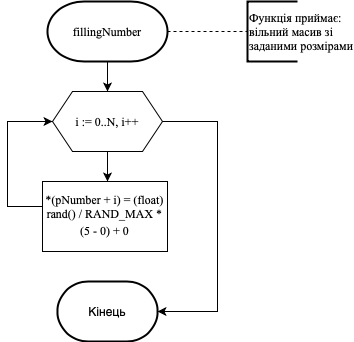
Before: lab11/doc/assets/flowchart_fillingNumber.png, a diagram exported from draw.io (KotKHPI/Programing_Radievych). Source tidied: cells renumbered, new cells last; positions are measured from the earlier drawing's top-left corner, leaving out a move shared by most shapes.
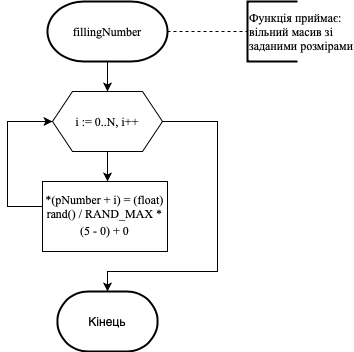
After the change.

What changed in the source:
```diff
@@ -19,11 +19,12 @@
         <mxPoint x="100" y="180" as="targetPoint" />
       </mxGeometry>
     </mxCell>
-    <mxCell id="7" style="edgeStyle=orthogonalEdgeStyle;rounded=0;jettySize=auto;html=1;entryX=1;entryY=0.5;entryDx=0;entryDy=0;entryPerimeter=0;endArrow=classic;endFill=1;exitX=1;exitY=0.5;exitDx=0;exitDy=0;" parent="1" edge="1" source="8" target="9">
+    <mxCell id="7" style="edgeStyle=orthogonalEdgeStyle;rounded=0;jettySize=auto;html=1;entryX=0.5;entryY=0;entryDx=0;entryDy=0;entryPerimeter=0;endArrow=classic;endFill=1;exitX=1;exitY=0.5;exitDx=0;exitDy=0;" parent="1" edge="1" source="8" target="9">
       <mxGeometry relative="1" as="geometry">
         <Array as="points">
           <mxPoint x="210" y="120" />
-          <mxPoint x="210" y="310" />
+          <mxPoint x="210" y="270" />
+          <mxPoint x="100" y="270" />
         </Array>
       </mxGeometry>
     </mxCell>
@@ -31,7 +32,7 @@
       <mxGeometry x="45" y="90" width="110" height="60" as="geometry" />
     </mxCell>
     <mxCell id="9" value="Кінець" style="strokeWidth=2;html=1;shape=mxgraph.flowchart.terminator;whiteSpace=wrap;" parent="1" vertex="1">
-      <mxGeometry x="50" y="280" width="100" height="60" as="geometry" />
+      <mxGeometry x="50" y="290" width="100" height="60" as="geometry" />
     </mxCell>
     <mxCell id="10" style="edgeStyle=orthogonalEdgeStyle;rounded=0;jettySize=auto;html=1;entryX=0;entryY=0.5;entryDx=0;entryDy=0;endArrow=classic;endFill=1;" parent="1" edge="1" source="11" target="8">
       <mxGeometry relative="1" as="geometry">
```
